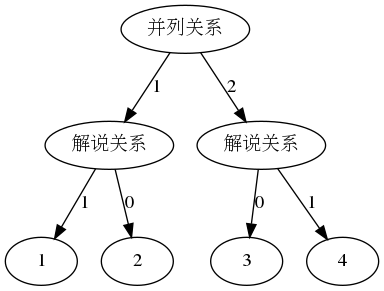
Above: struct.gv.png in Drenight/2020GraduationProject (Graphviz), before the change. Its source is kept beside it as struct.gv.
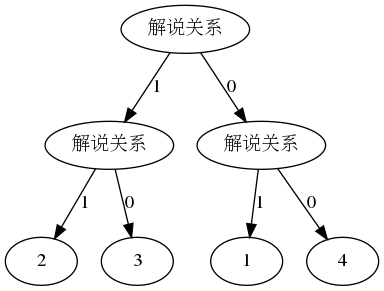
Above is the later version.

What changed in the source:
```diff
@@ -1,15 +1,15 @@
 digraph G {
-	0 [label="并列关系"]
-	1 [label="解说关系"]
-	0 -> 1 [label=1]
-	2 [label=1]
-	1 -> 2 [label=1]
-	3 [label=2]
-	1 -> 3 [label=0]
-	4 [label="解说关系"]
-	0 -> 4 [label=2]
-	5 [label=3]
-	4 -> 5 [label=0]
-	6 [label=4]
-	4 -> 6 [label=1]
+	0 [label="解说关系"]
+	7 [label="解说关系"]
+	0 -> 7 [label=1]
+	8 [label=2]
+	7 -> 8 [label=1]
+	9 [label=3]
+	7 -> 9 [label=0]
+	10 [label="解说关系"]
+	0 -> 10 [label=0]
+	11 [label=1]
+	10 -> 11 [label=1]
+	12 [label=4]
+	10 -> 12 [label=0]
 }
```
